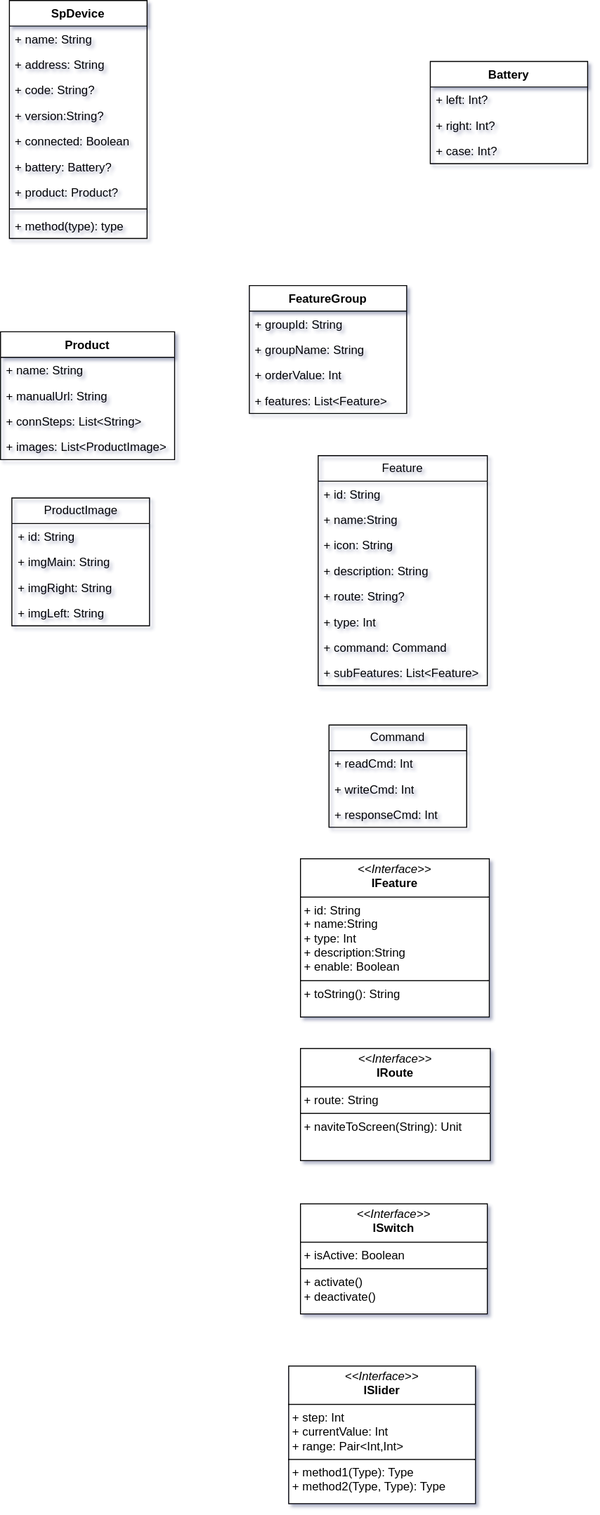
This is 未命名绘图.drawio.svg from kekemao00/draw-libs, a draw.io export, as it was before one commit. Source tidied: cells renumbered, new cells last; positions are measured from the earlier drawing's top-left corner, leaving out a move shared by most shapes.
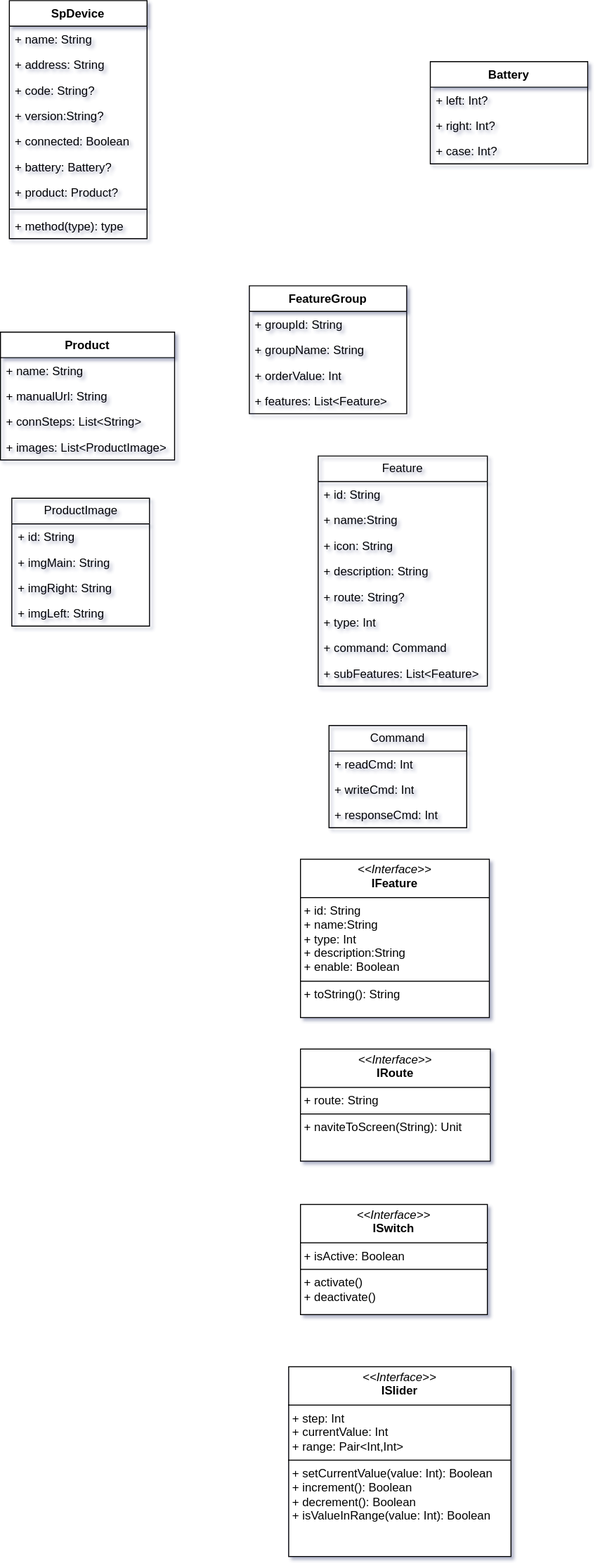
Above is the later version.

Commit message:
更新未命名绘图.drawio.svg

Diff of the diagram source:
```diff
@@ -137,8 +137,8 @@
     <mxCell id="46" value="&lt;p style=&quot;margin:0px;margin-top:4px;text-align:center;&quot;&gt;&lt;i&gt;&amp;lt;&amp;lt;Interface&amp;gt;&amp;gt;&lt;/i&gt;&lt;br&gt;&lt;b&gt;IRoute&lt;/b&gt;&lt;/p&gt;&lt;hr size=&quot;1&quot; style=&quot;border-style:solid;&quot;&gt;&lt;p style=&quot;margin:0px;margin-left:4px;&quot;&gt;+ route: String&lt;/p&gt;&lt;hr size=&quot;1&quot; style=&quot;border-style:solid;&quot;&gt;&lt;p style=&quot;margin:0px;margin-left:4px;&quot;&gt;+ naviteToScreen(String): Unit&lt;br&gt;&lt;/p&gt;" style="verticalAlign=top;align=left;overflow=fill;html=1;whiteSpace=wrap;" parent="1" vertex="1">
       <mxGeometry x="305" y="1066" width="193" height="114" as="geometry" />
     </mxCell>
-    <mxCell id="47" value="&lt;p style=&quot;margin:0px;margin-top:4px;text-align:center;&quot;&gt;&lt;i&gt;&amp;lt;&amp;lt;Interface&amp;gt;&amp;gt;&lt;/i&gt;&lt;br&gt;&lt;b&gt;ISlider&lt;/b&gt;&lt;/p&gt;&lt;hr size=&quot;1&quot; style=&quot;border-style:solid;&quot;&gt;&lt;p style=&quot;margin:0px;margin-left:4px;&quot;&gt;+&amp;nbsp;step: Int&lt;br&gt;+&amp;nbsp;currentValue: Int&lt;br&gt;+ range: Pair&amp;lt;Int,Int&amp;gt;&lt;/p&gt;&lt;hr size=&quot;1&quot; style=&quot;border-style:solid;&quot;&gt;&lt;p style=&quot;margin:0px;margin-left:4px;&quot;&gt;+ method1(Type): Type&lt;br&gt;+ method2(Type, Type): Type&lt;/p&gt;" style="verticalAlign=top;align=left;overflow=fill;html=1;whiteSpace=wrap;" parent="1" vertex="1">
-      <mxGeometry x="293" y="1389" width="190" height="140" as="geometry" />
+    <mxCell id="47" value="&lt;p style=&quot;margin:0px;margin-top:4px;text-align:center;&quot;&gt;&lt;i&gt;&amp;lt;&amp;lt;Interface&amp;gt;&amp;gt;&lt;/i&gt;&lt;br&gt;&lt;b&gt;ISlider&lt;/b&gt;&lt;/p&gt;&lt;hr size=&quot;1&quot; style=&quot;border-style:solid;&quot;&gt;&lt;p style=&quot;margin:0px;margin-left:4px;&quot;&gt;+&amp;nbsp;step: Int&lt;br&gt;+&amp;nbsp;currentValue: Int&lt;br&gt;+ range: Pair&amp;lt;Int,Int&amp;gt;&lt;/p&gt;&lt;hr size=&quot;1&quot; style=&quot;border-style:solid;&quot;&gt;&lt;p style=&quot;margin:0px;margin-left:4px;&quot;&gt;+ setCurrentValue(value: Int): Boolean&lt;/p&gt;&lt;p style=&quot;margin:0px;margin-left:4px;&quot;&gt;+ increment(): Boolean&lt;/p&gt;&lt;p style=&quot;margin:0px;margin-left:4px;&quot;&gt;+ decrement(): Boolean&lt;/p&gt;&lt;p style=&quot;margin:0px;margin-left:4px;&quot;&gt;+ isValueInRange(value: Int): Boolean&lt;/p&gt;" style="verticalAlign=top;align=left;overflow=fill;html=1;whiteSpace=wrap;" parent="1" vertex="1">
+      <mxGeometry x="293" y="1389" width="226" height="193" as="geometry" />
     </mxCell>
   </root>
 </mxGraphModel>
```
